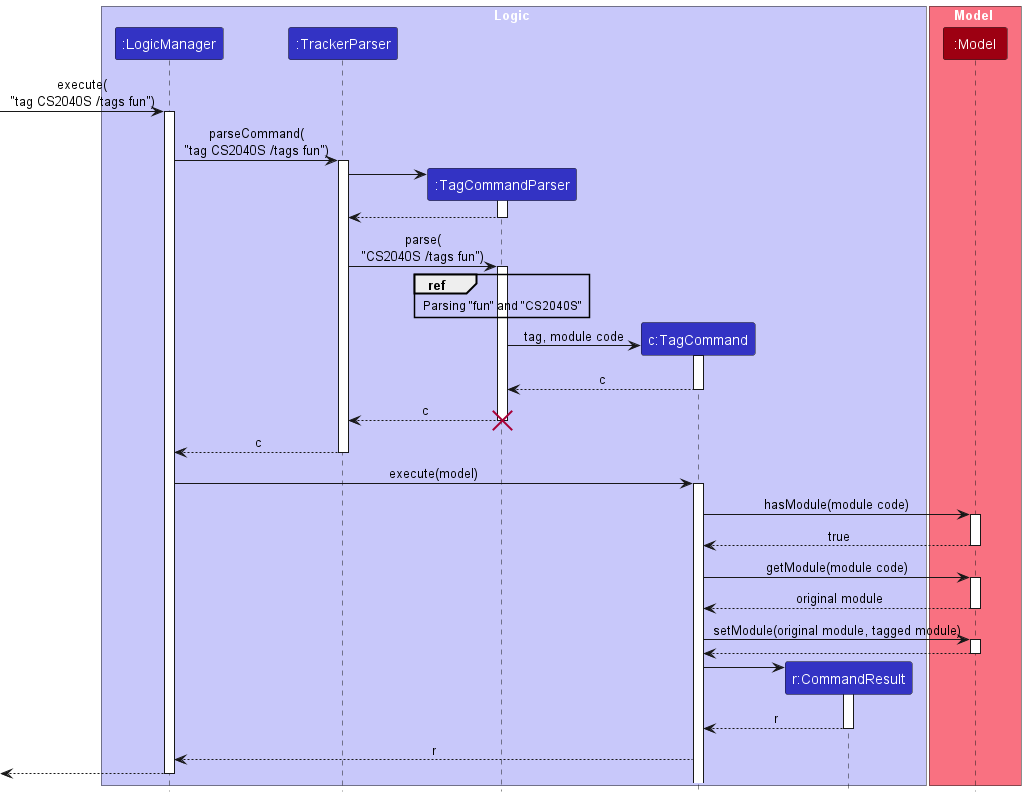
The PlantUML diagram docs/images/TagSequenceDiagram.png in nus-cs2103-AY2223S2/tp, before a commit. Source of this version:
```plantuml
@startuml
!include style.puml

box Logic LOGIC_COLOR_T1
participant ":LogicManager" as LogicManager LOGIC_COLOR
participant ":TrackerParser" as TrackerParser LOGIC_COLOR
participant ":TagCommandParser" as TagCommandParser LOGIC_COLOR
participant "c:TagCommand" as TagCommand LOGIC_COLOR
participant "r:CommandResult" as CommandResult LOGIC_COLOR
end box

box Model MODEL_COLOR_T1
participant ":Model" as Model MODEL_COLOR
end box

[-> LogicManager : execute(\n"tag CS2040S /tags fun")
activate LogicManager

LogicManager -> TrackerParser : parseCommand(\n"tag CS2040S /tags fun")
activate TrackerParser

create TagCommandParser
TrackerParser -> TagCommandParser
activate TagCommandParser

TagCommandParser --> TrackerParser
deactivate TagCommandParser

TrackerParser -> TagCommandParser : parse(\n"CS2040S /tags fun")
activate TagCommandParser

ref over TagCommandParser
    Parsing "fun" and "CS2040S"
end ref

create TagCommand
TagCommandParser -> TagCommand : tag, module code
activate TagCommand

TagCommand --> TagCommandParser : c
deactivate TagCommand

TagCommandParser --> TrackerParser : c
destroy TagCommandParser

TrackerParser --> LogicManager : c
deactivate TrackerParser

LogicManager -> TagCommand : execute(model)
activate TagCommand

TagCommand -> Model : hasModule(module code)
activate Model

Model --> TagCommand : true
deactivate Model

TagCommand -> Model : getModule(module code)
activate Model

Model --> TagCommand : original module
deactivate Model

TagCommand -> Model : setModule(original module, tagged module)
activate Model

Model --> TagCommand
deactivate Model

create CommandResult
TagCommand -> CommandResult
activate CommandResult

CommandResult --> TagCommand : r
deactivate CommandResult

TagCommand --> LogicManager : r
deactivate CommandResult

LogicManager -->[
deactivate LogicManager


@enduml
```
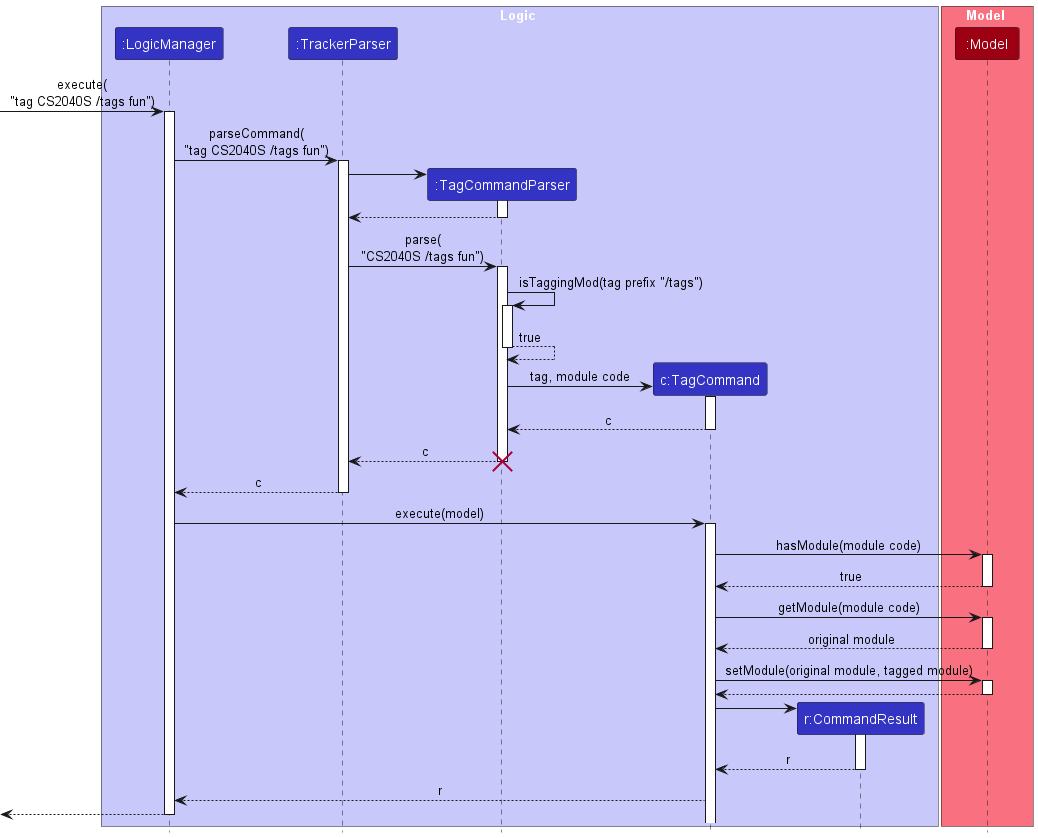
The same diagram one commit later.

Commit message:
Remove redundant image of tag command sequence diagram

What changed in the source:
```diff
@@ -29,9 +29,11 @@
 TrackerParser -> TagCommandParser : parse(\n"CS2040S /tags fun")
 activate TagCommandParser
 
-ref over TagCommandParser
-    Parsing "fun" and "CS2040S"
-end ref
+TagCommandParser -> TagCommandParser : isTaggingMod(tag prefix "/tags")
+activate TagCommandParser
+
+TagCommandParser --> TagCommandParser : true
+deactivate TagCommandParser
 
 create TagCommand
 TagCommandParser -> TagCommand : tag, module code
```
